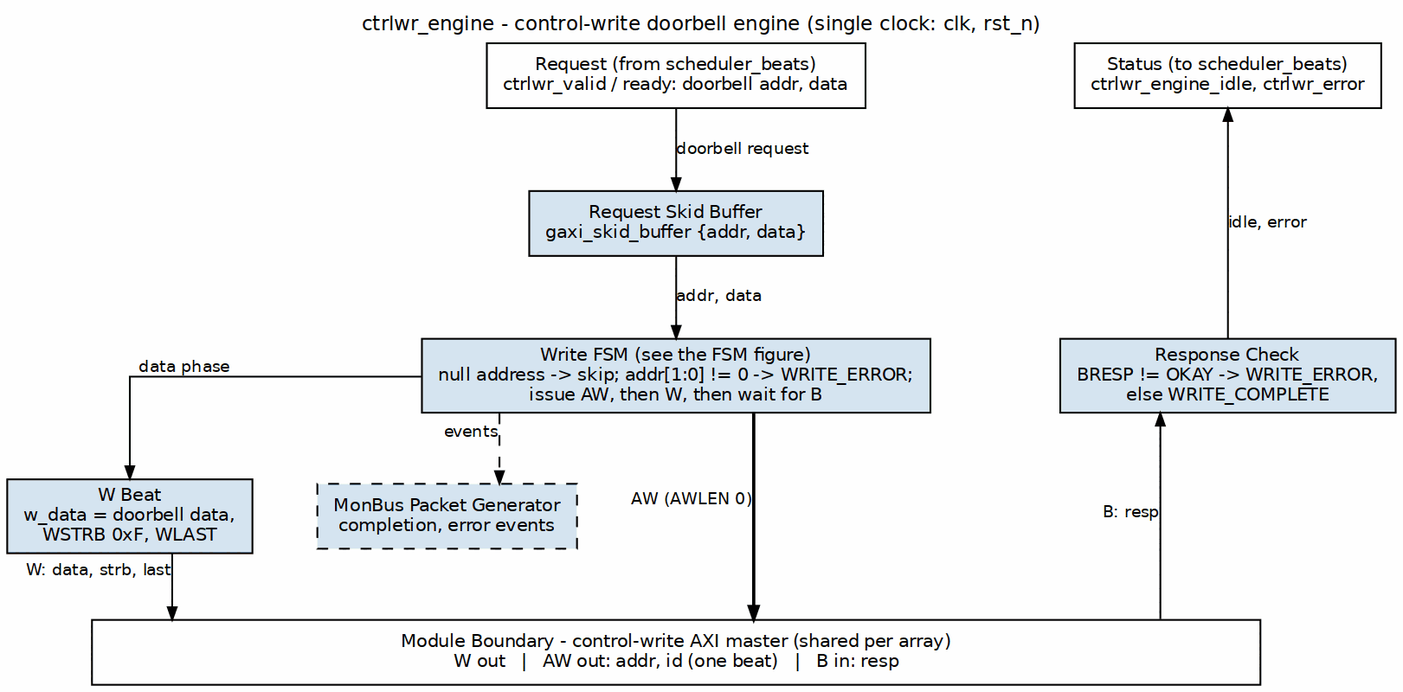
Earlier version of the Graphviz export projects/components/dma-ip/rapids/docs/rapids_beats_mas/assets/graphviz/09_ctrlwr_engine.png (sean-galloway/RTLDesignSherpa). Its source is kept beside it as projects/components/dma-ip/rapids/docs/rapids_beats_mas/assets/graphviz/09_ctrlwr_engine.dot. Its diagram source:
```dot
digraph ctrlwr_engine {
    graph [rankdir=TB, bgcolor="white", fontname="Helvetica", fontsize=11,
           nodesep="0.50", ranksep="0.50", splines=ortho,
           label="ctrlwr_engine - control-write doorbell engine (single clock: clk, rst_n)",
           labelloc=t, labeljust=c];
    node  [fontname="Helvetica", fontsize=10, shape=box, style=filled,
           fillcolor="#D6E4F0", color="black", margin="0.12,0.06"];
    edge  [fontname="Helvetica", fontsize=9, color="black", arrowsize=0.7];

    req  [label="Request (from scheduler_beats)\nctrlwr_valid / ready: doorbell addr, data", fillcolor="white", group=C];
    sts  [label="Status (to scheduler_beats)\nctrlwr_engine_idle, ctrlwr_error", fillcolor="white", group=R];

    skid [label="Request Skid Buffer\ngaxi_skid_buffer {addr, data}", group=C];
    fsm  [label="Write FSM (see the FSM figure)\nnull address -> skip; addr[1:0] != 0 -> WRITE_ERROR;\nissue AW, then W, then wait for B", group=C];
    wbeat [label="W Beat\nw_data = doorbell data,\nWSTRB 0xF, WLAST", group=L];
    resp [label="Response Check\nBRESP != OKAY -> WRITE_ERROR,\nelse WRITE_COMPLETE", group=R];
    mon  [label="MonBus Packet Generator\ncompletion, error events", style="filled,dashed", group=R2];

    bar  [label="Module Boundary - control-write AXI master (shared per array)\nW out   |   AW out: addr, id (one beat)   |   B in: resp", fillcolor="white", width=9.0, group=C];

    req  -> skid [label="doorbell request"];
    skid -> fsm  [label="addr, data"];
    fsm  -> wbeat [xlabel="data phase"];
    wbeat -> bar [xlabel="W: data, strb, last"];
    fsm  -> bar  [xlabel="AW (AWLEN 0)", penwidth=1.8];
    resp -> bar  [dir=back, xlabel="B: resp"];
    sts  -> resp [dir=back, label="idle, error"];
    fsm  -> mon  [style=dashed, xlabel="events"];

    { rank=same; req; sts; }
    req -> sts [style=invis];
    { rank=same; fsm; resp; }
    fsm -> resp [style=invis];
    { rank=same; wbeat; mon; }
}
```
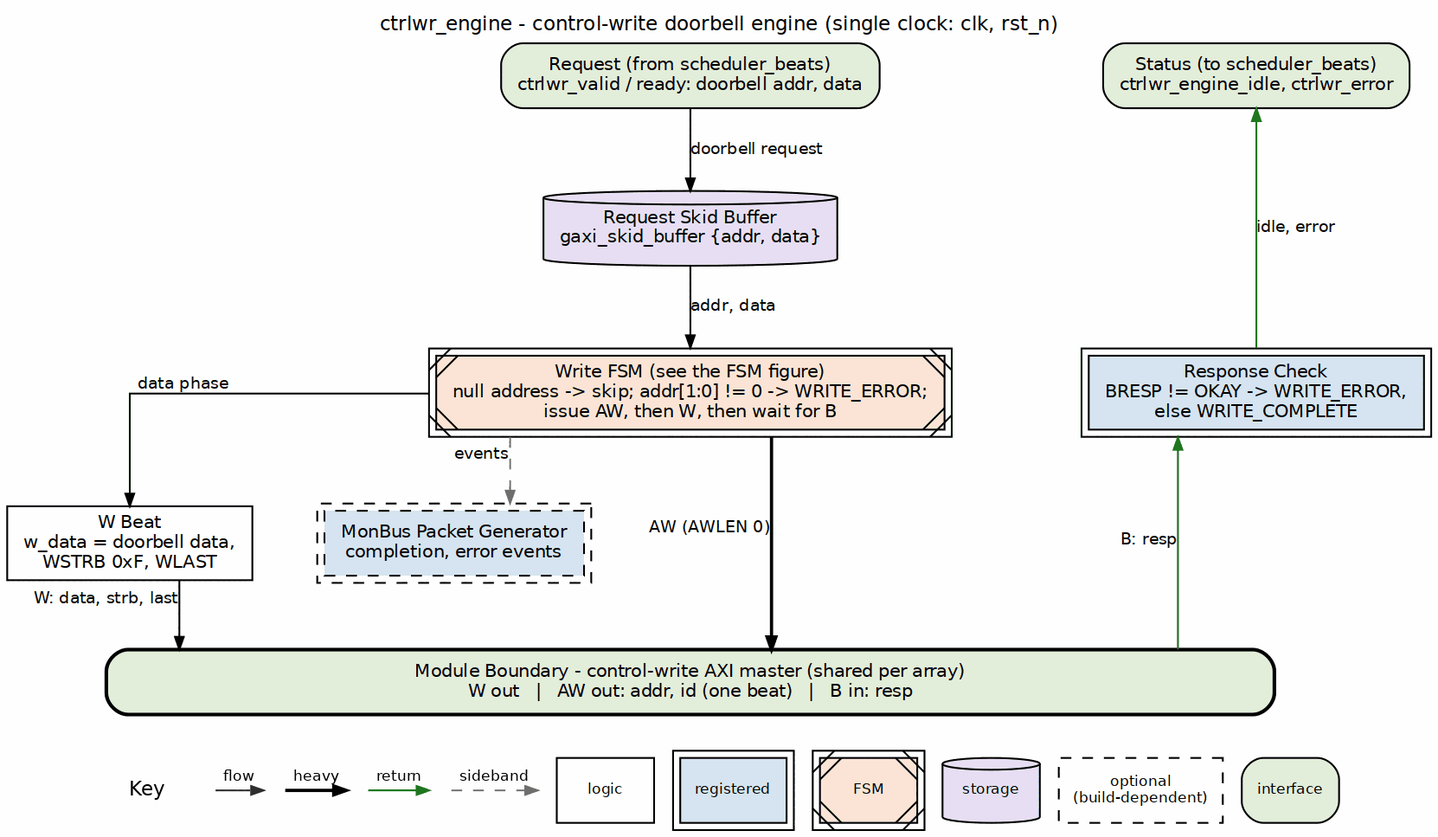
The same diagram one commit later.

What changed in the source:
```diff
@@ -4,28 +4,28 @@
            label="ctrlwr_engine - control-write doorbell engine (single clock: clk, rst_n)",
            labelloc=t, labeljust=c];
     node  [fontname="Helvetica", fontsize=10, shape=box, style=filled,
-           fillcolor="#D6E4F0", color="black", margin="0.12,0.06"];
+           fillcolor="white", color="black", margin="0.12,0.06"];
     edge  [fontname="Helvetica", fontsize=9, color="black", arrowsize=0.7];
 
-    req  [label="Request (from scheduler_beats)\nctrlwr_valid / ready: doorbell addr, data", fillcolor="white", group=C];
-    sts  [label="Status (to scheduler_beats)\nctrlwr_engine_idle, ctrlwr_error", fillcolor="white", group=R];
+    req  [label="Request (from scheduler_beats)\nctrlwr_valid / ready: doorbell addr, data", fillcolor="white", group=C, style="rounded,filled", fillcolor="#E2EFDA"];
+    sts  [label="Status (to scheduler_beats)\nctrlwr_engine_idle, ctrlwr_error", fillcolor="white", group=R, style="rounded,filled", fillcolor="#E2EFDA"];
 
-    skid [label="Request Skid Buffer\ngaxi_skid_buffer {addr, data}", group=C];
-    fsm  [label="Write FSM (see the FSM figure)\nnull address -> skip; addr[1:0] != 0 -> WRITE_ERROR;\nissue AW, then W, then wait for B", group=C];
-    wbeat [label="W Beat\nw_data = doorbell data,\nWSTRB 0xF, WLAST", group=L];
-    resp [label="Response Check\nBRESP != OKAY -> WRITE_ERROR,\nelse WRITE_COMPLETE", group=R];
-    mon  [label="MonBus Packet Generator\ncompletion, error events", style="filled,dashed", group=R2];
+    skid [label="Request Skid Buffer\ngaxi_skid_buffer {addr, data}", group=C, shape=cylinder, style="filled", fillcolor="#E8DFF5"];
+    fsm  [label="Write FSM (see the FSM figure)\nnull address -> skip; addr[1:0] != 0 -> WRITE_ERROR;\nissue AW, then W, then wait for B", group=C, peripheries=2, style="filled,diagonals", fillcolor="#FCE4D6"];
+    wbeat [label="W Beat\nw_data = doorbell data,\nWSTRB 0xF, WLAST", group=L, style="filled", fillcolor="white"];
+    resp [label="Response Check\nBRESP != OKAY -> WRITE_ERROR,\nelse WRITE_COMPLETE", group=R, peripheries=2, style="filled", fillcolor="#D6E4F0"];
+    mon  [label="MonBus Packet Generator\ncompletion, error events", style="filled,dashed", group=R2, peripheries=2, style="filled,dashed", fillcolor="#D6E4F0"];
 
-    bar  [label="Module Boundary - control-write AXI master (shared per array)\nW out   |   AW out: addr, id (one beat)   |   B in: resp", fillcolor="white", width=9.0, group=C];
+    bar  [label="Module Boundary - control-write AXI master (shared per array)\nW out   |   AW out: addr, id (one beat)   |   B in: resp", fillcolor="white", width=9.0, group=C, style="rounded,filled,bold", fillcolor="#E2EFDA"];
 
     req  -> skid [label="doorbell request"];
     skid -> fsm  [label="addr, data"];
     fsm  -> wbeat [xlabel="data phase"];
     wbeat -> bar [xlabel="W: data, strb, last"];
     fsm  -> bar  [xlabel="AW (AWLEN 0)", penwidth=1.8];
-    resp -> bar  [dir=back, xlabel="B: resp"];
-    sts  -> resp [dir=back, label="idle, error"];
-    fsm  -> mon  [style=dashed, xlabel="events"];
+    resp -> bar  [color="#1A7A1A", dir=back, xlabel="B: resp"];
+    sts  -> resp [color="#1A7A1A", dir=back, label="idle, error"];
+    fsm  -> mon  [style=dashed, color="#777777", xlabel="events"];
 
     { rank=same; req; sts; }
     req -> sts [style=invis];
```
